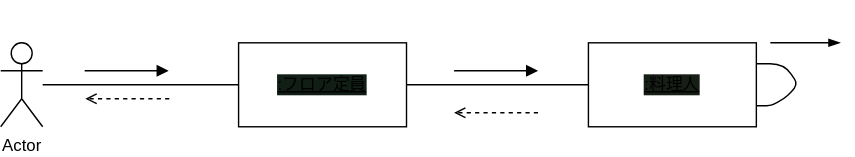
koha0516/uml-introduction keeps this draw.io diagram as 例題5-1_ラーメン注文配膳.drawio.svg. Above is the earlier version. Source tidied: cells renumbered, new cells last; positions are measured from the earlier drawing's top-left corner, leaving out a move shared by most shapes. Source of this version:
```xml
<mxGraphModel>
  <root>
    <mxCell id="0" />
    <mxCell id="1" parent="0" />
    <mxCell id="2" style="edgeStyle=none;html=1;endArrow=none;endFill=0;" parent="1" edge="1" source="3" target="5">
      <mxGeometry relative="1" as="geometry" />
    </mxCell>
    <mxCell id="3" value="Actor" style="shape=umlActor;verticalLabelPosition=bottom;verticalAlign=top;html=1;outlineConnect=0;" parent="1" vertex="1">
      <mxGeometry y="30" width="30" height="60" as="geometry" />
    </mxCell>
    <mxCell id="4" style="edgeStyle=none;html=1;endArrow=none;endFill=0;" parent="1" edge="1" source="5" target="7">
      <mxGeometry relative="1" as="geometry" />
    </mxCell>
    <mxCell id="5" value=":フロア定員" style="whiteSpace=wrap;html=1;verticalAlign=middle;fontStyle=4;labelBackgroundColor=#101E16;" parent="1" vertex="1">
      <mxGeometry x="170" y="30" width="120" height="60" as="geometry" />
    </mxCell>
    <mxCell id="6" style="edgeStyle=none;html=1;fontSize=10;fontColor=#ffffff;endArrow=none;endFill=0;entryX=1;entryY=0.75;entryDx=0;entryDy=0;exitX=1;exitY=0.25;exitDx=0;exitDy=0;" parent="1" edge="1" source="7" target="7">
      <mxGeometry relative="1" as="geometry">
        <Array as="points">
          <mxPoint x="560" y="45" />
          <mxPoint x="570" y="60" />
          <mxPoint x="560" y="70" />
          <mxPoint x="550" y="75" />
        </Array>
      </mxGeometry>
    </mxCell>
    <mxCell id="7" value=":料理人" style="whiteSpace=wrap;html=1;verticalAlign=middle;fontStyle=4;labelBackgroundColor=#161e15;" parent="1" vertex="1">
      <mxGeometry x="420" y="30" width="120" height="60" as="geometry" />
    </mxCell>
    <mxCell id="8" style="endArrow=block;html=1;fontColor=#66FFB3;endFill=1;" parent="1" edge="1">
      <mxGeometry relative="1" as="geometry">
        <mxPoint x="60" y="50" as="sourcePoint" />
        <mxPoint x="120" y="50" as="targetPoint" />
      </mxGeometry>
    </mxCell>
    <mxCell id="9" style="endArrow=block;html=1;fontColor=#66FFB3;endFill=1;" parent="1" edge="1">
      <mxGeometry relative="1" as="geometry">
        <mxPoint x="324" y="50" as="sourcePoint" />
        <mxPoint x="384" y="50" as="targetPoint" />
      </mxGeometry>
    </mxCell>
    <mxCell id="10" value="&lt;p style=&quot;line-height: 100%; font-size: 10px;&quot;&gt;1:ラーメンを注文する&lt;/p&gt;" style="text;html=1;align=center;verticalAlign=middle;strokeColor=none;fillColor=none;fontColor=#ffffff;labelBackgroundColor=none;" parent="1" vertex="1">
      <mxGeometry x="30" y="10" width="120" height="40" as="geometry" />
    </mxCell>
    <mxCell id="11" value="&lt;p style=&quot;line-height: 100%; font-size: 10px;&quot;&gt;1:ラーメンを注文する&lt;/p&gt;" style="text;html=1;align=center;verticalAlign=middle;strokeColor=none;fillColor=none;fontColor=#ffffff;labelBackgroundColor=none;" parent="1" vertex="1">
      <mxGeometry x="293.5" y="10" width="120" height="40" as="geometry" />
    </mxCell>
    <mxCell id="12" style="endArrow=blockThin;html=1;fontSize=10;fontColor=#ffffff;endFill=1;" parent="1" edge="1">
      <mxGeometry relative="1" as="geometry">
        <mxPoint x="550" y="30" as="sourcePoint" />
        <mxPoint x="600" y="30" as="targetPoint" />
      </mxGeometry>
    </mxCell>
    <mxCell id="13" value="3:調理する" style="text;html=1;align=center;verticalAlign=middle;strokeColor=none;fillColor=none;fontSize=10;fontColor=#ffffff;" parent="1" vertex="1">
      <mxGeometry x="540" width="70" height="30" as="geometry" />
    </mxCell>
    <mxCell id="14" style="endArrow=open;html=1;fontSize=10;fontColor=#ffffff;dashed=1;endFill=0;" parent="1" edge="1">
      <mxGeometry relative="1" as="geometry">
        <mxPoint x="384" y="80" as="sourcePoint" />
        <mxPoint x="324" y="80" as="targetPoint" />
      </mxGeometry>
    </mxCell>
    <mxCell id="15" value="4:ラーメン" style="text;html=1;align=center;verticalAlign=middle;strokeColor=none;fillColor=none;fontSize=10;fontColor=#ffffff;" parent="1" vertex="1">
      <mxGeometry x="318.5" y="80" width="70" height="30" as="geometry" />
    </mxCell>
    <mxCell id="16" style="endArrow=open;html=1;fontSize=10;fontColor=#ffffff;dashed=1;endFill=0;" parent="1" edge="1">
      <mxGeometry relative="1" as="geometry">
        <mxPoint x="120.5" y="70" as="sourcePoint" />
        <mxPoint x="60.5" y="70" as="targetPoint" />
      </mxGeometry>
    </mxCell>
    <mxCell id="17" value="5:ラーメン" style="text;html=1;align=center;verticalAlign=middle;strokeColor=none;fillColor=none;fontSize=10;fontColor=#ffffff;" parent="1" vertex="1">
      <mxGeometry x="55" y="70" width="70" height="30" as="geometry" />
    </mxCell>
  </root>
</mxGraphModel>
```
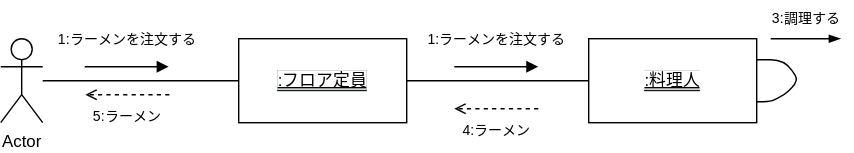
Above is the later version.

Diff of the diagram source:
```diff
@@ -11,7 +11,7 @@
     <mxCell id="4" style="edgeStyle=none;html=1;endArrow=none;endFill=0;" parent="1" edge="1" source="5" target="7">
       <mxGeometry relative="1" as="geometry" />
     </mxCell>
-    <mxCell id="5" value=":フロア定員" style="whiteSpace=wrap;html=1;verticalAlign=middle;fontStyle=4;labelBackgroundColor=#101E16;" parent="1" vertex="1">
+    <mxCell id="5" value="&lt;span style=&quot;background-color: rgb(255, 255, 255);&quot;&gt;:フロア定員&lt;/span&gt;" style="whiteSpace=wrap;html=1;verticalAlign=middle;fontStyle=4;labelBackgroundColor=#101E16;" parent="1" vertex="1">
       <mxGeometry x="170" y="30" width="120" height="60" as="geometry" />
     </mxCell>
     <mxCell id="6" style="edgeStyle=none;html=1;fontSize=10;fontColor=#ffffff;endArrow=none;endFill=0;entryX=1;entryY=0.75;entryDx=0;entryDy=0;exitX=1;exitY=0.25;exitDx=0;exitDy=0;" parent="1" edge="1" source="7" target="7">
@@ -24,7 +24,7 @@
         </Array>
       </mxGeometry>
     </mxCell>
-    <mxCell id="7" value=":料理人" style="whiteSpace=wrap;html=1;verticalAlign=middle;fontStyle=4;labelBackgroundColor=#161e15;" parent="1" vertex="1">
+    <mxCell id="7" value="&lt;span style=&quot;background-color: rgb(255, 255, 255);&quot;&gt;:料理人&lt;/span&gt;" style="whiteSpace=wrap;html=1;verticalAlign=middle;fontStyle=4;labelBackgroundColor=#161e15;" parent="1" vertex="1">
       <mxGeometry x="420" y="30" width="120" height="60" as="geometry" />
     </mxCell>
     <mxCell id="8" style="endArrow=block;html=1;fontColor=#66FFB3;endFill=1;" parent="1" edge="1">
@@ -39,11 +39,11 @@
         <mxPoint x="384" y="50" as="targetPoint" />
       </mxGeometry>
     </mxCell>
-    <mxCell id="10" value="&lt;p style=&quot;line-height: 100%; font-size: 10px;&quot;&gt;1:ラーメンを注文する&lt;/p&gt;" style="text;html=1;align=center;verticalAlign=middle;strokeColor=none;fillColor=none;fontColor=#ffffff;labelBackgroundColor=none;" parent="1" vertex="1">
-      <mxGeometry x="30" y="10" width="120" height="40" as="geometry" />
+    <mxCell id="10" value="&lt;p style=&quot;line-height: 100%; font-size: 10px;&quot;&gt;&lt;font color=&quot;#000000&quot;&gt;1:ラーメンを注文する&lt;/font&gt;&lt;/p&gt;" style="text;html=1;align=center;verticalAlign=middle;strokeColor=none;fillColor=none;fontColor=#ffffff;labelBackgroundColor=none;" parent="1" vertex="1">
+      <mxGeometry x="32" y="9" width="116" height="42" as="geometry" />
     </mxCell>
-    <mxCell id="11" value="&lt;p style=&quot;line-height: 100%; font-size: 10px;&quot;&gt;1:ラーメンを注文する&lt;/p&gt;" style="text;html=1;align=center;verticalAlign=middle;strokeColor=none;fillColor=none;fontColor=#ffffff;labelBackgroundColor=none;" parent="1" vertex="1">
-      <mxGeometry x="293.5" y="10" width="120" height="40" as="geometry" />
+    <mxCell id="11" value="&lt;p style=&quot;line-height: 100%; font-size: 10px;&quot;&gt;&lt;font color=&quot;#000000&quot;&gt;1:ラーメンを注文する&lt;/font&gt;&lt;/p&gt;" style="text;html=1;align=center;verticalAlign=middle;strokeColor=none;fillColor=none;fontColor=#ffffff;labelBackgroundColor=none;" parent="1" vertex="1">
+      <mxGeometry x="295.5" y="9" width="116" height="42" as="geometry" />
     </mxCell>
     <mxCell id="12" style="endArrow=blockThin;html=1;fontSize=10;fontColor=#ffffff;endFill=1;" parent="1" edge="1">
       <mxGeometry relative="1" as="geometry">
@@ -51,8 +51,8 @@
         <mxPoint x="600" y="30" as="targetPoint" />
       </mxGeometry>
     </mxCell>
-    <mxCell id="13" value="3:調理する" style="text;html=1;align=center;verticalAlign=middle;strokeColor=none;fillColor=none;fontSize=10;fontColor=#ffffff;" parent="1" vertex="1">
-      <mxGeometry x="540" width="70" height="30" as="geometry" />
+    <mxCell id="13" value="&lt;font color=&quot;#000000&quot;&gt;3:調理する&lt;/font&gt;" style="text;html=1;align=center;verticalAlign=middle;strokeColor=none;fillColor=none;fontSize=10;fontColor=#ffffff;" parent="1" vertex="1">
+      <mxGeometry x="542" y="3" width="66" height="24" as="geometry" />
     </mxCell>
     <mxCell id="14" style="endArrow=open;html=1;fontSize=10;fontColor=#ffffff;dashed=1;endFill=0;" parent="1" edge="1">
       <mxGeometry relative="1" as="geometry">
@@ -60,8 +60,8 @@
         <mxPoint x="324" y="80" as="targetPoint" />
       </mxGeometry>
     </mxCell>
-    <mxCell id="15" value="4:ラーメン" style="text;html=1;align=center;verticalAlign=middle;strokeColor=none;fillColor=none;fontSize=10;fontColor=#ffffff;" parent="1" vertex="1">
-      <mxGeometry x="318.5" y="80" width="70" height="30" as="geometry" />
+    <mxCell id="15" value="&lt;font color=&quot;#000000&quot;&gt;4:ラーメン&lt;/font&gt;" style="text;html=1;align=center;verticalAlign=middle;strokeColor=none;fillColor=none;fontSize=10;fontColor=#ffffff;" parent="1" vertex="1">
+      <mxGeometry x="320.5" y="83" width="66" height="24" as="geometry" />
     </mxCell>
     <mxCell id="16" style="endArrow=open;html=1;fontSize=10;fontColor=#ffffff;dashed=1;endFill=0;" parent="1" edge="1">
       <mxGeometry relative="1" as="geometry">
@@ -69,8 +69,8 @@
         <mxPoint x="60.5" y="70" as="targetPoint" />
       </mxGeometry>
     </mxCell>
-    <mxCell id="17" value="5:ラーメン" style="text;html=1;align=center;verticalAlign=middle;strokeColor=none;fillColor=none;fontSize=10;fontColor=#ffffff;" parent="1" vertex="1">
-      <mxGeometry x="55" y="70" width="70" height="30" as="geometry" />
+    <mxCell id="17" value="&lt;font color=&quot;#000000&quot;&gt;5:ラーメン&lt;/font&gt;" style="text;html=1;align=center;verticalAlign=middle;strokeColor=none;fillColor=none;fontSize=10;fontColor=#ffffff;" parent="1" vertex="1">
+      <mxGeometry x="57" y="73" width="66" height="24" as="geometry" />
     </mxCell>
   </root>
 </mxGraphModel>
```
